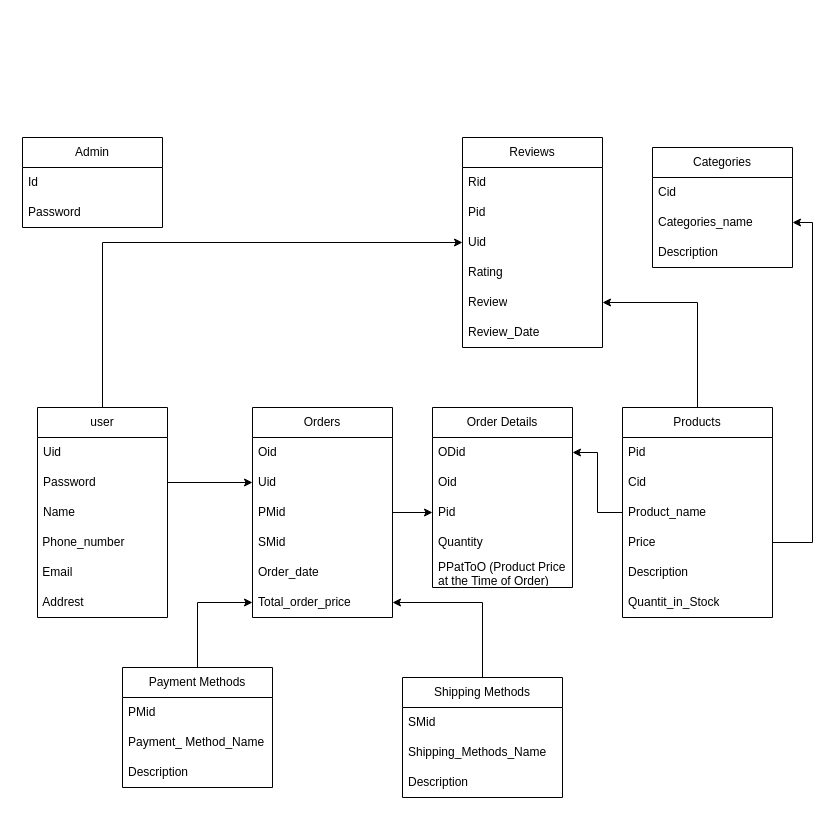
ZanhhTrann/Shopping_Web keeps this draw.io diagram as page "database" (1 of 5) of Untitled Diagram.drawio. Above is the earlier version. Source tidied: cells renumbered, new cells numbered last; positions are measured from the earlier drawing's top-left corner, leaving out a move shared by most shapes. Both pictures are drawn from the tidied source at 100%, with x=0, y=0 at pixel (22, 137).
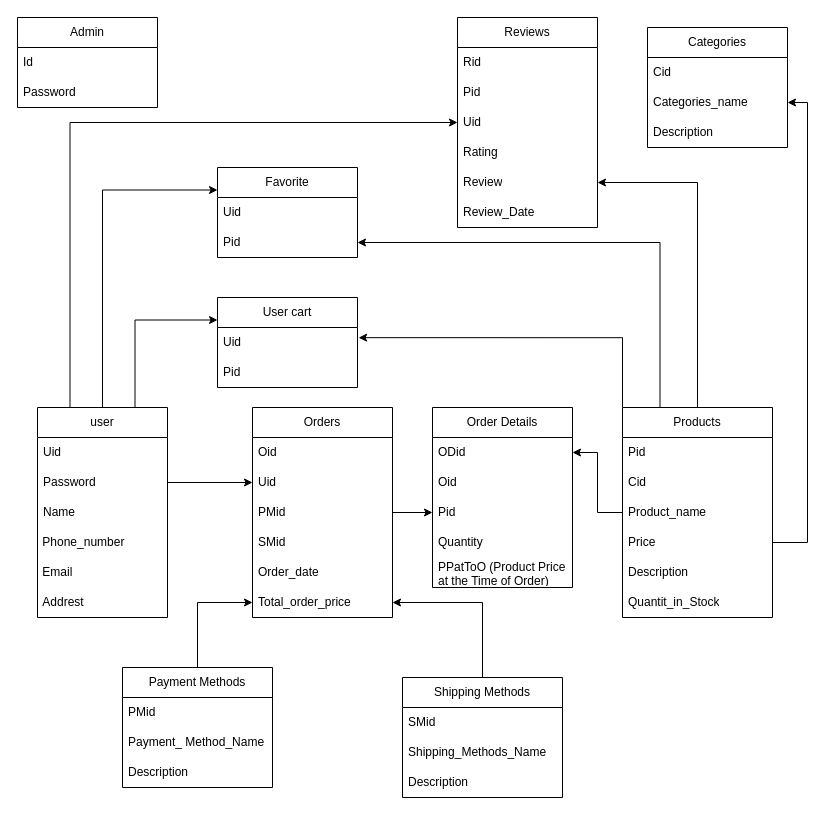
The same page after the edit.

The change refers to these unchanged cells:
```xml
<mxCell id="3" value="user" style="swimlane;fontStyle=0;horizontal=1;startSize=30;whiteSpace=wrap;html=1;" parent="1" vertex="1">
  <mxGeometry x="15" y="270" width="130" height="210" as="geometry" />
</mxCell>
<mxCell id="12" value="Products" style="swimlane;fontStyle=0;horizontal=1;startSize=30;whiteSpace=wrap;html=1;" parent="1" vertex="1">
  <mxGeometry x="600" y="270" width="150" height="210" as="geometry" />
</mxCell>
<mxCell id="49" value="Uid" style="text;strokeColor=none;fillColor=none;align=left;verticalAlign=middle;spacingLeft=4;spacingRight=4;overflow=hidden;points=[[0,0.5],[1,0.5]];portConstraint=eastwest;whiteSpace=wrap;html=1;" parent="46" vertex="1">
  <mxGeometry y="90" width="140" height="30" as="geometry" />
</mxCell>
```

Diff of the diagram source:
```diff
@@
-    <mxCell id="2" style="edgeStyle=orthogonalEdgeStyle;rounded=0;jettySize=auto;html=1;entryX=0;entryY=0.5;entryDx=0;entryDy=0;" parent="1" edge="1" source="3" target="49">
+    <mxCell id="2" style="edgeStyle=orthogonalEdgeStyle;rounded=0;jettySize=auto;html=1;entryX=0;entryY=0.5;entryDx=0;entryDy=0;exitX=0.25;exitY=0;exitDx=0;exitDy=0;" parent="1" edge="1" source="3" target="49">
       <mxGeometry relative="1" as="geometry" />
     </mxCell>
+    <mxCell id="59" style="edgeStyle=orthogonalEdgeStyle;rounded=0;jettySize=auto;html=1;exitX=0.5;exitY=0;exitDx=0;exitDy=0;entryX=0;entryY=0.25;entryDx=0;entryDy=0;" parent="1" edge="1" source="3" target="62">
+      <mxGeometry relative="1" as="geometry" />
+    </mxCell>
+    <mxCell id="60" style="edgeStyle=orthogonalEdgeStyle;rounded=0;jettySize=auto;html=1;exitX=0.75;exitY=0;exitDx=0;exitDy=0;entryX=0;entryY=0.25;entryDx=0;entryDy=0;" parent="1" edge="1" source="3" target="65">
+      <mxGeometry relative="1" as="geometry" />
+    </mxCell>
@@
+    <mxCell id="61" style="edgeStyle=orthogonalEdgeStyle;rounded=0;jettySize=auto;html=1;exitX=0.25;exitY=0;exitDx=0;exitDy=0;" parent="1" edge="1" source="12" target="64">
+      <mxGeometry relative="1" as="geometry" />
+    </mxCell>
@@
     <mxCell id="26" value="Categories" style="swimlane;fontStyle=0;horizontal=1;startSize=30;whiteSpace=wrap;html=1;" parent="1" vertex="1">
-      <mxGeometry x="630" y="10" width="140" height="120" as="geometry" />
+      <mxGeometry x="625" y="-110" width="140" height="120" as="geometry" />
     </mxCell>
@@
     <mxCell id="46" value="Reviews" style="swimlane;fontStyle=0;horizontal=1;startSize=30;whiteSpace=wrap;html=1;" parent="1" vertex="1">
-      <mxGeometry x="440" width="140" height="210" as="geometry" />
+      <mxGeometry x="435" y="-120" width="140" height="210" as="geometry" />
     </mxCell>
@@
     <mxCell id="53" value="Admin" style="swimlane;fontStyle=0;horizontal=1;startSize=30;whiteSpace=wrap;html=1;" parent="1" vertex="1">
-      <mxGeometry width="140" height="90" as="geometry" />
+      <mxGeometry x="-5" y="-120" width="140" height="90" as="geometry" />
     </mxCell>
@@
+    <mxCell id="62" value="Favorite" style="swimlane;fontStyle=0;horizontal=1;startSize=30;whiteSpace=wrap;html=1;" parent="1" vertex="1">
+      <mxGeometry x="195" y="30" width="140" height="90" as="geometry" />
+    </mxCell>
+    <mxCell id="63" value="Uid" style="text;strokeColor=none;fillColor=none;align=left;verticalAlign=middle;spacingLeft=4;spacingRight=4;overflow=hidden;whiteSpace=wrap;html=1;" parent="62" vertex="1">
+      <mxGeometry y="30" width="140" height="30" as="geometry" />
+    </mxCell>
+    <mxCell id="64" value="Pid" style="text;strokeColor=none;fillColor=none;align=left;verticalAlign=middle;spacingLeft=4;spacingRight=4;overflow=hidden;points=[[0,0.5],[1,0.5]];portConstraint=eastwest;whiteSpace=wrap;html=1;" parent="62" vertex="1">
+      <mxGeometry y="60" width="140" height="30" as="geometry" />
+    </mxCell>
+    <mxCell id="65" value="User cart" style="swimlane;fontStyle=0;horizontal=1;startSize=30;whiteSpace=wrap;html=1;" parent="1" vertex="1">
+      <mxGeometry x="195" y="160" width="140" height="90" as="geometry" />
+    </mxCell>
+    <mxCell id="66" value="Uid" style="text;strokeColor=none;fillColor=none;align=left;verticalAlign=middle;spacingLeft=4;spacingRight=4;overflow=hidden;points=[[0,0.5],[1,0.5]];portConstraint=eastwest;whiteSpace=wrap;html=1;" parent="65" vertex="1">
+      <mxGeometry y="30" width="140" height="30" as="geometry" />
+    </mxCell>
+    <mxCell id="67" value="Pid" style="text;strokeColor=none;fillColor=none;align=left;verticalAlign=middle;spacingLeft=4;spacingRight=4;overflow=hidden;whiteSpace=wrap;html=1;" parent="65" vertex="1">
+      <mxGeometry y="60" width="140" height="30" as="geometry" />
+    </mxCell>
+    <mxCell id="68" style="edgeStyle=orthogonalEdgeStyle;rounded=0;jettySize=auto;html=1;exitX=0;exitY=0;exitDx=0;exitDy=0;entryX=1.008;entryY=0.339;entryDx=0;entryDy=0;entryPerimeter=0;" parent="1" edge="1" source="12" target="66">
+      <mxGeometry relative="1" as="geometry" />
+    </mxCell>
```
